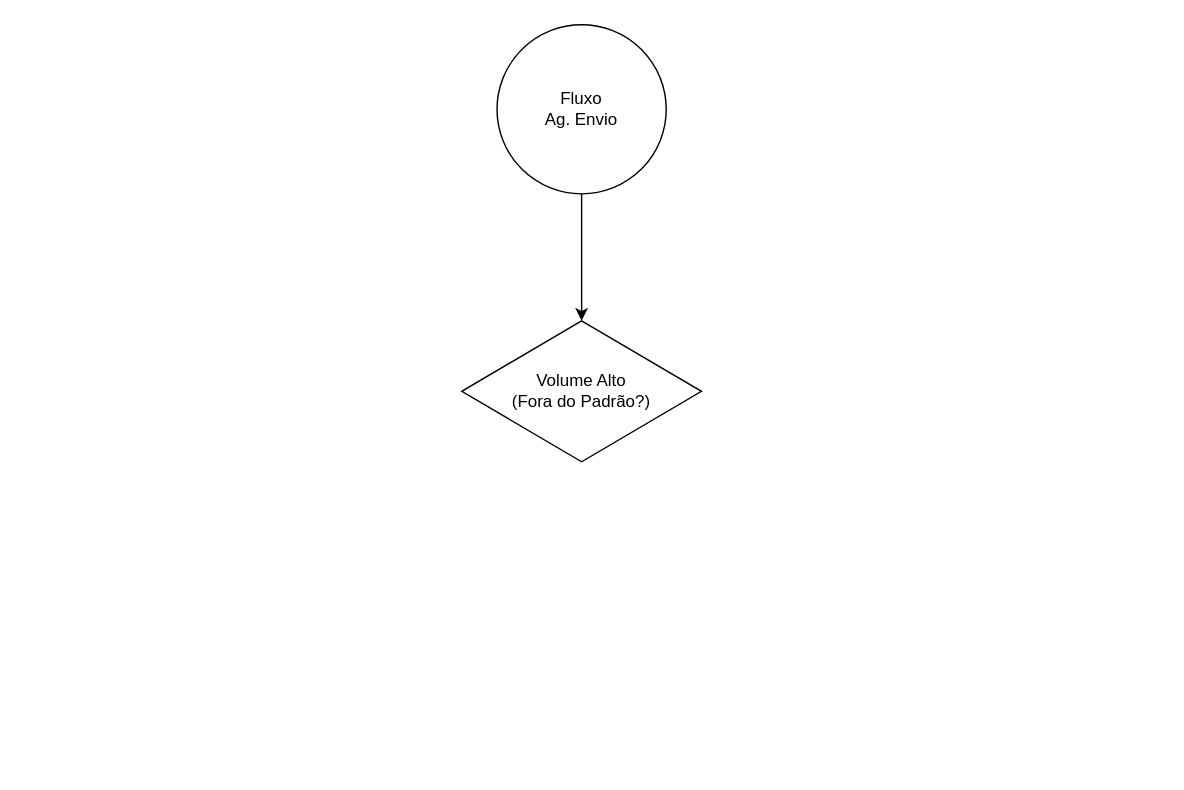
marcourakawa/fluxograma_petz keeps this draw.io diagram as Diagrama sem nome.drawio. Above is the earlier version. Source tidied: cells renumbered, new cells numbered last; positions are measured from the earlier drawing's top-left corner, leaving out a move shared by most shapes. Both pictures are drawn from the tidied source at 141%, with x=0, y=0 at pixel (461, 24).
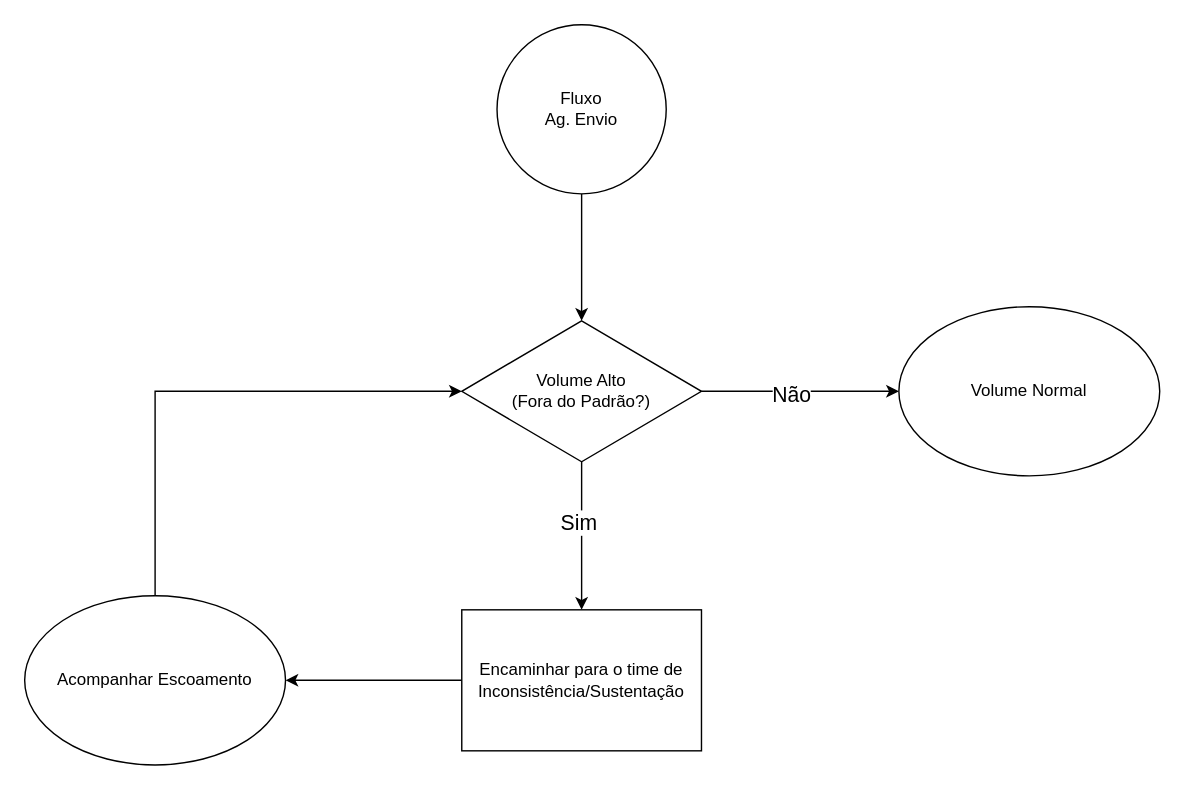
Above is the later version.

Commit message:
att_fluxo_ag_envio_16112025

What changed in the source:
```diff
@@
 <mxGraphModel>
   <root>
     <mxCell id="0" />
     <mxCell id="1" parent="0" />
-    <mxCell id="2" value="Fluxo&lt;div&gt;Ag. Envio&lt;/div&gt;" style="ellipse;whiteSpace=wrap;html=1;" parent="1" vertex="1">
+    <mxCell id="2" value="Fluxo&lt;div&gt;Ag. Envio&lt;/div&gt;" style="ellipse;whiteSpace=wrap;html=1;fillColor=light-dark(#FFFFFF,#007FFF);fontColor=light-dark(#000000,#000000);" parent="1" vertex="1">
       <mxGeometry x="25" width="120" height="120" as="geometry" />
     </mxCell>
+    <mxCell id="5" style="edgeStyle=orthogonalEdgeStyle;rounded=0;jettySize=auto;html=1;fontSize=15;" parent="1" edge="1" source="3" target="9">
+      <mxGeometry relative="1" as="geometry" />
+    </mxCell>
+    <mxCell id="6" value="Não" style="edgeLabel;html=1;align=center;verticalAlign=middle;fontSize=15;" parent="5" vertex="1">
+      <mxGeometry x="-0.11" y="-1" relative="1" as="geometry">
+        <mxPoint x="1" as="offset" />
+      </mxGeometry>
+    </mxCell>
+    <mxCell id="7" style="edgeStyle=orthogonalEdgeStyle;rounded=0;jettySize=auto;html=1;" parent="1" edge="1" source="3" target="11">
+      <mxGeometry relative="1" as="geometry" />
+    </mxCell>
+    <mxCell id="8" value="&lt;font&gt;Sim&lt;/font&gt;" style="edgeLabel;html=1;align=center;verticalAlign=middle;fontSize=15;" parent="7" vertex="1">
+      <mxGeometry x="-0.2" y="-3" relative="1" as="geometry" />
+    </mxCell>
-    <mxCell id="3" value="Volume Alto&lt;br&gt;(Fora do Padrão?)" style="rhombus;whiteSpace=wrap;html=1;align=center;" parent="1" vertex="1">
+    <mxCell id="3" value="Volume Alto&lt;br&gt;(Fora do Padrão?)" style="rhombus;whiteSpace=wrap;html=1;align=center;fillColor=light-dark(#FFFFFF,#FF8000);strokeColor=light-dark(#000000,#000000);fontColor=light-dark(#000000,#000000);" parent="1" vertex="1">
       <mxGeometry y="210" width="170" height="100" as="geometry" />
     </mxCell>
     <mxCell id="4" style="endArrow=classic;html=1;rounded=0;exitX=0.5;exitY=1;exitDx=0;exitDy=0;" parent="1" edge="1" source="2" target="3">
       <mxGeometry relative="1" as="geometry" />
     </mxCell>
+    <mxCell id="9" value="Volume Normal" style="ellipse;whiteSpace=wrap;html=1;fillColor=light-dark(#FFFFFF,#CCCCCC);strokeColor=light-dark(#000000,#000000);fontColor=light-dark(#000000,#000000);" parent="1" vertex="1">
+      <mxGeometry x="310" y="200" width="185" height="120" as="geometry" />
+    </mxCell>
+    <mxCell id="10" style="edgeStyle=orthogonalEdgeStyle;rounded=0;jettySize=auto;html=1;" parent="1" edge="1" source="11">
+      <mxGeometry relative="1" as="geometry">
+        <mxPoint x="-125" y="465" as="targetPoint" />
+      </mxGeometry>
+    </mxCell>
+    <mxCell id="11" value="Encaminhar para o time de Inconsistência/Sustentação" style="whiteSpace=wrap;html=1;fillColor=light-dark(#FFFFFF,#CCCCCC);strokeColor=light-dark(#000000,#000000);fontColor=light-dark(#000000,#000000);" parent="1" vertex="1">
+      <mxGeometry y="415" width="170" height="100" as="geometry" />
+    </mxCell>
+    <mxCell id="12" style="edgeStyle=orthogonalEdgeStyle;rounded=0;jettySize=auto;html=1;exitX=0.5;exitY=0;exitDx=0;exitDy=0;entryX=0;entryY=0.5;entryDx=0;entryDy=0;" parent="1" edge="1" source="13" target="3">
+      <mxGeometry relative="1" as="geometry" />
+    </mxCell>
+    <mxCell id="13" value="Acompanhar Escoamento" style="ellipse;whiteSpace=wrap;html=1;fillColor=light-dark(#FFFFFF,#CCCCCC);strokeColor=light-dark(#000000,#000000);fontColor=light-dark(#000000,#000000);" parent="1" vertex="1">
+      <mxGeometry x="-310" y="405" width="185" height="120" as="geometry" />
+    </mxCell>
   </root>
 </mxGraphModel>
```
